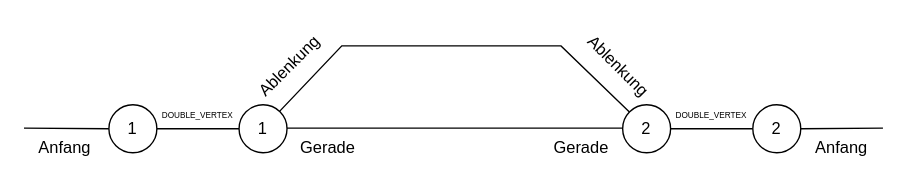
Above: graph_db/Bahnhof_double_vertex.drawio in pascalreiss/draw_io_stuff (draw.io), before the change. Source tidied: cells renumbered, new cells numbered last; positions are measured from the earlier drawing's top-left corner, leaving out a move shared by most shapes. Both pictures are drawn from the tidied source at 137%, with x=0, y=0 at pixel (23, 45).
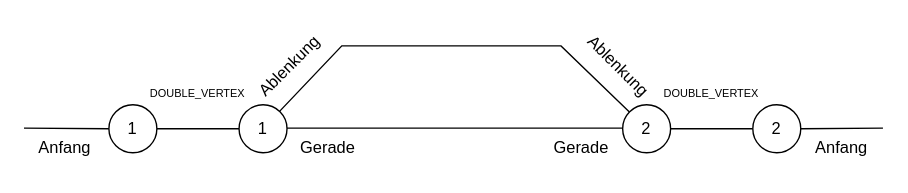
The same page after the edit.

The edit, as a diff of the source:
```diff
@@
-    <mxCell id="2" value="&lt;font style=&quot;font-size: 6px;&quot;&gt;DOUBLE_VERTEX&lt;/font&gt;" style="text;html=1;align=center;verticalAlign=middle;whiteSpace=wrap;rounded=0;" parent="1" vertex="1">
-      <mxGeometry x="472" y="34" width="60" height="30" as="geometry" />
+    <mxCell id="2" value="&lt;font style=&quot;font-size: 8px;&quot;&gt;DOUBLE_VERTEX&lt;/font&gt;" style="text;html=1;align=center;verticalAlign=middle;whiteSpace=wrap;rounded=0;fontSize=8;" parent="1" vertex="1">
+      <mxGeometry x="472" y="20" width="60" height="30" as="geometry" />
     </mxCell>
-    <mxCell id="3" value="&lt;font style=&quot;font-size: 6px;&quot;&gt;DOUBLE_VERTEX&lt;/font&gt;" style="text;html=1;align=center;verticalAlign=middle;whiteSpace=wrap;rounded=0;" parent="1" vertex="1">
-      <mxGeometry x="97" y="34" width="60" height="30" as="geometry" />
+    <mxCell id="3" value="&lt;font style=&quot;font-size: 8px;&quot;&gt;DOUBLE_VERTEX&lt;/font&gt;" style="text;html=1;align=center;verticalAlign=middle;whiteSpace=wrap;rounded=0;fontSize=8;" parent="1" vertex="1">
+      <mxGeometry x="97" y="20" width="60" height="30" as="geometry" />
     </mxCell>
```
